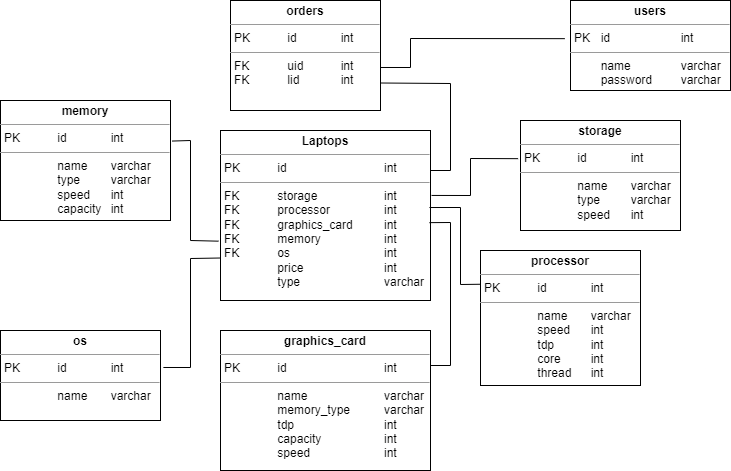
matyas-bohunka/ProgTech keeps this draw.io diagram as docs/img/adatbazis_modell.png. Above is the earlier version. Source tidied: cells renumbered, new cells last; positions are measured from the earlier drawing's top-left corner, leaving out a move shared by most shapes.
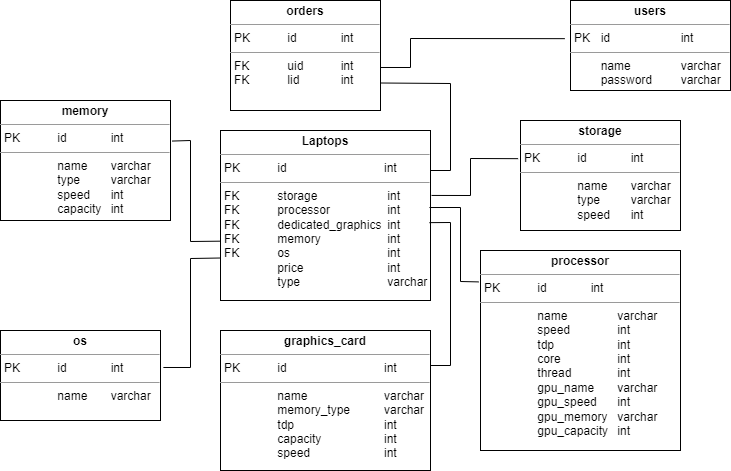
Later version of the same file.

Commit message:
Updated #8 of system req

Diff of the diagram source:
```diff
@@ -2,7 +2,7 @@
   <root>
     <mxCell id="0" />
     <mxCell id="1" parent="0" />
-    <mxCell id="2" value="&lt;p style=&quot;margin:0px;margin-top:4px;text-align:center;&quot;&gt;&lt;b&gt;Laptops&lt;/b&gt;&lt;/p&gt;&lt;hr size=&quot;1&quot;&gt;&lt;p style=&quot;margin:0px;margin-left:4px;&quot;&gt;PK&lt;span style=&quot;white-space: pre;&quot;&gt;&#9;&lt;/span&gt;&lt;span style=&quot;white-space: pre;&quot;&gt;&#9;&lt;/span&gt;id&lt;span style=&quot;white-space: pre;&quot;&gt;&#9;&lt;/span&gt;&lt;span style=&quot;white-space: pre;&quot;&gt;&#9;&lt;/span&gt;&lt;span style=&quot;white-space: pre;&quot;&gt;&#9;&lt;/span&gt;&lt;span style=&quot;white-space: pre;&quot;&gt;&#9;&lt;/span&gt;int&lt;/p&gt;&lt;hr size=&quot;1&quot;&gt;&lt;p style=&quot;margin:0px;margin-left:4px;&quot;&gt;FK&lt;span style=&quot;white-space: pre;&quot;&gt;&#9;&lt;/span&gt;&lt;span style=&quot;white-space: pre;&quot;&gt;&#9;&lt;/span&gt;storage&lt;span style=&quot;white-space: pre;&quot;&gt;&#9;&lt;/span&gt;&lt;span style=&quot;white-space: pre;&quot;&gt;&#9;&lt;/span&gt;&lt;span style=&quot;white-space: pre;&quot;&gt;&#9;&lt;/span&gt;int&lt;/p&gt;&lt;p style=&quot;margin:0px;margin-left:4px;&quot;&gt;FK&lt;span style=&quot;white-space: pre;&quot;&gt;&#9;&lt;/span&gt;&lt;span style=&quot;white-space: pre;&quot;&gt;&#9;&lt;/span&gt;processor&lt;span style=&quot;white-space: pre;&quot;&gt;&#9;&lt;/span&gt;&lt;span style=&quot;white-space: pre;&quot;&gt;&#9;&lt;/span&gt;int&lt;/p&gt;&lt;p style=&quot;margin:0px;margin-left:4px;&quot;&gt;FK&lt;span style=&quot;white-space: pre;&quot;&gt;&#9;&lt;/span&gt;&lt;span style=&quot;white-space: pre;&quot;&gt;&#9;&lt;/span&gt;graphics_card&lt;span style=&quot;white-space: pre;&quot;&gt;&#9;&lt;/span&gt;&lt;span style=&quot;white-space: pre;&quot;&gt;&#9;&lt;/span&gt;int&lt;/p&gt;&lt;p style=&quot;margin:0px;margin-left:4px;&quot;&gt;FK&lt;span style=&quot;white-space: pre;&quot;&gt;&#9;&lt;/span&gt;&lt;span style=&quot;white-space: pre;&quot;&gt;&#9;&lt;/span&gt;memory&lt;span style=&quot;white-space: pre;&quot;&gt;&#9;&lt;/span&gt;&lt;span style=&quot;white-space: pre;&quot;&gt;&#9;&lt;/span&gt;&lt;span style=&quot;white-space: pre;&quot;&gt;&#9;&lt;/span&gt;int&lt;/p&gt;&lt;p style=&quot;margin:0px;margin-left:4px;&quot;&gt;FK&lt;span style=&quot;white-space: pre;&quot;&gt;&#9;&lt;/span&gt;&lt;span style=&quot;white-space: pre;&quot;&gt;&#9;&lt;/span&gt;os&lt;span style=&quot;white-space: pre;&quot;&gt;&#9;&lt;/span&gt;&lt;span style=&quot;white-space: pre;&quot;&gt;&#9;&lt;/span&gt;&lt;span style=&quot;white-space: pre;&quot;&gt;&#9;&lt;/span&gt;&lt;span style=&quot;white-space: pre;&quot;&gt;&#9;&lt;/span&gt;int&lt;/p&gt;&lt;p style=&quot;margin:0px;margin-left:4px;&quot;&gt;&lt;span style=&quot;white-space: pre;&quot;&gt;&#9;&lt;/span&gt;&lt;span style=&quot;white-space: pre;&quot;&gt;&#9;&lt;/span&gt;price&lt;span style=&quot;white-space: pre;&quot;&gt;&#9;&lt;/span&gt;&lt;span style=&quot;white-space: pre;&quot;&gt;&#9;&lt;/span&gt;&lt;span style=&quot;white-space: pre;&quot;&gt;&#9;&lt;/span&gt;int&lt;br&gt;&lt;/p&gt;&lt;p style=&quot;margin:0px;margin-left:4px;&quot;&gt;&lt;span style=&quot;white-space: pre;&quot;&gt;&#9;&lt;/span&gt;&lt;span style=&quot;white-space: pre;&quot;&gt;&#9;&lt;/span&gt;type&lt;span style=&quot;background-color: initial; white-space: pre;&quot;&gt;&#9;&lt;span style=&quot;white-space: pre;&quot;&gt;&#9;&lt;/span&gt;&lt;span style=&quot;white-space: pre;&quot;&gt;&#9;&lt;/span&gt;&lt;span style=&quot;white-space: pre;&quot;&gt;&#9;&lt;/span&gt;v&lt;/span&gt;archar&lt;/p&gt;" style="verticalAlign=top;align=left;overflow=fill;fontSize=12;fontFamily=Helvetica;html=1;" parent="1" vertex="1">
+    <mxCell id="2" value="&lt;p style=&quot;margin:0px;margin-top:4px;text-align:center;&quot;&gt;&lt;b&gt;Laptops&lt;/b&gt;&lt;/p&gt;&lt;hr size=&quot;1&quot;&gt;&lt;p style=&quot;margin:0px;margin-left:4px;&quot;&gt;PK&lt;span style=&quot;white-space: pre;&quot;&gt;&#9;&lt;/span&gt;&lt;span style=&quot;white-space: pre;&quot;&gt;&#9;&lt;/span&gt;id&lt;span style=&quot;white-space: pre;&quot;&gt;&#9;&lt;/span&gt;&lt;span style=&quot;white-space: pre;&quot;&gt;&#9;&lt;/span&gt;&lt;span style=&quot;white-space: pre;&quot;&gt;&#9;&lt;/span&gt;&lt;span style=&quot;white-space: pre;&quot;&gt;&#9;&lt;/span&gt;int&lt;/p&gt;&lt;hr size=&quot;1&quot;&gt;&lt;p style=&quot;margin:0px;margin-left:4px;&quot;&gt;FK&lt;span style=&quot;white-space: pre;&quot;&gt;&#9;&lt;/span&gt;&lt;span style=&quot;white-space: pre;&quot;&gt;&#9;&lt;/span&gt;storage&lt;span style=&quot;white-space: pre;&quot;&gt;&#9;&lt;/span&gt;&lt;span style=&quot;white-space: pre;&quot;&gt;&#9;&lt;/span&gt;&lt;span style=&quot;white-space: pre;&quot;&gt;&#9;&lt;/span&gt;&amp;nbsp;int&lt;/p&gt;&lt;p style=&quot;margin:0px;margin-left:4px;&quot;&gt;FK&lt;span style=&quot;white-space: pre;&quot;&gt;&#9;&lt;/span&gt;&lt;span style=&quot;white-space: pre;&quot;&gt;&#9;&lt;/span&gt;processor&lt;span style=&quot;white-space: pre;&quot;&gt;&#9;&lt;/span&gt;&lt;span style=&quot;white-space: pre;&quot;&gt;&#9;&lt;/span&gt;&amp;nbsp;int&lt;/p&gt;&lt;p style=&quot;margin:0px;margin-left:4px;&quot;&gt;FK&lt;span style=&quot;white-space: pre;&quot;&gt;&#9;&lt;/span&gt;&lt;span style=&quot;white-space: pre;&quot;&gt;&#9;&lt;/span&gt;dedicated_graphics&lt;span style=&quot;background-color: initial; white-space: pre;&quot;&gt;&#9;&lt;/span&gt;&amp;nbsp;&lt;span style=&quot;background-color: initial;&quot;&gt;int&lt;/span&gt;&lt;/p&gt;&lt;p style=&quot;margin:0px;margin-left:4px;&quot;&gt;FK&lt;span style=&quot;white-space: pre;&quot;&gt;&#9;&lt;/span&gt;&lt;span style=&quot;white-space: pre;&quot;&gt;&#9;&lt;/span&gt;memory&lt;span style=&quot;white-space: pre;&quot;&gt;&#9;&lt;/span&gt;&lt;span style=&quot;white-space: pre;&quot;&gt;&#9;&lt;/span&gt;&lt;span style=&quot;white-space: pre;&quot;&gt;&#9;&lt;/span&gt;&amp;nbsp;int&lt;/p&gt;&lt;p style=&quot;margin:0px;margin-left:4px;&quot;&gt;FK&lt;span style=&quot;white-space: pre;&quot;&gt;&#9;&lt;/span&gt;&lt;span style=&quot;white-space: pre;&quot;&gt;&#9;&lt;/span&gt;os&lt;span style=&quot;white-space: pre;&quot;&gt;&#9;&lt;/span&gt;&lt;span style=&quot;white-space: pre;&quot;&gt;&#9;&lt;/span&gt;&lt;span style=&quot;white-space: pre;&quot;&gt;&#9;&lt;/span&gt;&lt;span style=&quot;white-space: pre;&quot;&gt;&#9;&lt;/span&gt;&amp;nbsp;int&lt;/p&gt;&lt;p style=&quot;margin:0px;margin-left:4px;&quot;&gt;&lt;span style=&quot;white-space: pre;&quot;&gt;&#9;&lt;/span&gt;&lt;span style=&quot;white-space: pre;&quot;&gt;&#9;&lt;/span&gt;price&lt;span style=&quot;white-space: pre;&quot;&gt;&#9;&lt;/span&gt;&lt;span style=&quot;white-space: pre;&quot;&gt;&#9;&lt;/span&gt;&lt;span style=&quot;white-space: pre;&quot;&gt;&#9;&lt;/span&gt;&amp;nbsp;int&lt;br&gt;&lt;/p&gt;&lt;p style=&quot;margin:0px;margin-left:4px;&quot;&gt;&lt;span style=&quot;white-space: pre;&quot;&gt;&#9;&lt;/span&gt;&lt;span style=&quot;white-space: pre;&quot;&gt;&#9;&lt;/span&gt;type&lt;span style=&quot;background-color: initial; white-space: pre;&quot;&gt;&#9;&lt;span style=&quot;white-space: pre;&quot;&gt;&#9;&lt;/span&gt;&lt;span style=&quot;white-space: pre;&quot;&gt;&#9;&lt;/span&gt;&lt;span style=&quot;white-space: pre;&quot;&gt;&#9;&lt;/span&gt; v&lt;/span&gt;archar&lt;/p&gt;" style="verticalAlign=top;align=left;overflow=fill;fontSize=12;fontFamily=Helvetica;html=1;" parent="1" vertex="1">
       <mxGeometry x="220" y="130" width="210" height="170" as="geometry" />
     </mxCell>
     <mxCell id="3" value="&lt;p style=&quot;margin:0px;margin-top:4px;text-align:center;&quot;&gt;&lt;b&gt;users&lt;/b&gt;&lt;/p&gt;&lt;hr size=&quot;1&quot;&gt;&lt;p style=&quot;margin:0px;margin-left:4px;&quot;&gt;PK&lt;span style=&quot;white-space: pre;&quot;&gt;&#9;&lt;/span&gt;id&lt;span style=&quot;white-space: pre;&quot;&gt;&#9;&lt;/span&gt;&lt;span style=&quot;white-space: pre;&quot;&gt;&#9;&lt;/span&gt;&lt;span style=&quot;white-space: pre;&quot;&gt;&#9;&lt;/span&gt;int&lt;/p&gt;&lt;hr size=&quot;1&quot;&gt;&lt;p style=&quot;margin:0px;margin-left:4px;&quot;&gt;&lt;span style=&quot;background-color: initial;&quot;&gt;&lt;span style=&quot;white-space: pre;&quot;&gt;&#9;&lt;/span&gt;name&lt;span style=&quot;white-space: pre;&quot;&gt;&#9;&lt;/span&gt;&lt;span style=&quot;white-space: pre;&quot;&gt;&#9;&lt;/span&gt;varchar&lt;/span&gt;&lt;/p&gt;&lt;p style=&quot;margin:0px;margin-left:4px;&quot;&gt;&lt;span style=&quot;white-space: pre;&quot;&gt;&#9;&lt;/span&gt;password&lt;span style=&quot;white-space: pre;&quot;&gt;&#9;&lt;/span&gt;&lt;span style=&quot;white-space: pre;&quot;&gt;&#9;&lt;/span&gt;varchar&lt;/p&gt;" style="verticalAlign=top;align=left;overflow=fill;fontSize=12;fontFamily=Helvetica;html=1;" parent="1" vertex="1">
@@ -31,8 +31,8 @@
     <mxCell id="7" value="&lt;p style=&quot;margin:0px;margin-top:4px;text-align:center;&quot;&gt;&lt;b&gt;storage&lt;/b&gt;&lt;/p&gt;&lt;hr size=&quot;1&quot;&gt;&lt;p style=&quot;margin:0px;margin-left:4px;&quot;&gt;PK&lt;span style=&quot;white-space: pre;&quot;&gt;&#9;&lt;/span&gt;&lt;span style=&quot;white-space: pre;&quot;&gt;&#9;&lt;/span&gt;id&lt;span style=&quot;white-space: pre;&quot;&gt;&#9;&lt;span style=&quot;white-space: pre;&quot;&gt;&#9;&lt;/span&gt;i&lt;/span&gt;nt&lt;/p&gt;&lt;hr size=&quot;1&quot;&gt;&lt;p style=&quot;margin:0px;margin-left:4px;&quot;&gt;&lt;span style=&quot;background-color: initial;&quot;&gt;&lt;span style=&quot;white-space: pre;&quot;&gt;&#9;&lt;/span&gt;&lt;span style=&quot;white-space: pre;&quot;&gt;&#9;&lt;/span&gt;name&lt;span style=&quot;white-space: pre;&quot;&gt;&#9;&lt;/span&gt;varchar&lt;/span&gt;&lt;/p&gt;&lt;p style=&quot;margin:0px;margin-left:4px;&quot;&gt;&lt;span style=&quot;background-color: initial;&quot;&gt;&lt;span style=&quot;white-space: pre;&quot;&gt;&#9;&lt;/span&gt;&lt;span style=&quot;white-space: pre;&quot;&gt;&#9;&lt;/span&gt;type&lt;span style=&quot;white-space: pre;&quot;&gt;&#9;&lt;/span&gt;&lt;span style=&quot;white-space: pre;&quot;&gt;&#9;&lt;/span&gt;varchar&lt;br&gt;&lt;/span&gt;&lt;/p&gt;&lt;p style=&quot;margin:0px;margin-left:4px;&quot;&gt;&lt;span style=&quot;white-space: pre;&quot;&gt;&#9;&lt;/span&gt;&lt;span style=&quot;white-space: pre;&quot;&gt;&#9;&lt;/span&gt;speed&lt;span style=&quot;white-space: pre;&quot;&gt;&#9;&lt;/span&gt;int&lt;/p&gt;" style="verticalAlign=top;align=left;overflow=fill;fontSize=12;fontFamily=Helvetica;html=1;" parent="1" vertex="1">
       <mxGeometry x="520" y="120" width="160" height="110" as="geometry" />
     </mxCell>
-    <mxCell id="8" value="&lt;p style=&quot;margin:0px;margin-top:4px;text-align:center;&quot;&gt;&lt;b&gt;processor&lt;/b&gt;&lt;/p&gt;&lt;hr size=&quot;1&quot;&gt;&lt;p style=&quot;margin:0px;margin-left:4px;&quot;&gt;PK&lt;span style=&quot;white-space: pre;&quot;&gt;&#9;&lt;/span&gt;&lt;span style=&quot;white-space: pre;&quot;&gt;&#9;&lt;/span&gt;id&lt;span style=&quot;white-space: pre;&quot;&gt;&#9;&lt;/span&gt;&lt;span style=&quot;white-space: pre;&quot;&gt;&#9;&lt;/span&gt;int&lt;/p&gt;&lt;hr size=&quot;1&quot;&gt;&lt;p style=&quot;margin:0px;margin-left:4px;&quot;&gt;&lt;span style=&quot;background-color: initial;&quot;&gt;&lt;span style=&quot;white-space: pre;&quot;&gt;&#9;&lt;/span&gt;&lt;span style=&quot;white-space: pre;&quot;&gt;&#9;&lt;/span&gt;name&lt;span style=&quot;white-space: pre;&quot;&gt;&#9;&lt;/span&gt;varchar&lt;/span&gt;&lt;/p&gt;&lt;p style=&quot;margin:0px;margin-left:4px;&quot;&gt;&lt;span style=&quot;white-space: pre;&quot;&gt;&#9;&lt;/span&gt;&lt;span style=&quot;white-space: pre;&quot;&gt;&#9;&lt;/span&gt;speed&lt;span style=&quot;white-space: pre;&quot;&gt;&#9;&lt;/span&gt;int&lt;/p&gt;&lt;p style=&quot;margin:0px;margin-left:4px;&quot;&gt;&lt;span style=&quot;white-space: pre;&quot;&gt;&#9;&lt;/span&gt;&lt;span style=&quot;white-space: pre;&quot;&gt;&#9;&lt;/span&gt;tdp&lt;span style=&quot;white-space: pre;&quot;&gt;&#9;&lt;/span&gt;&lt;span style=&quot;white-space: pre;&quot;&gt;&#9;&lt;/span&gt;int&lt;br&gt;&lt;/p&gt;&lt;p style=&quot;margin:0px;margin-left:4px;&quot;&gt;&lt;span style=&quot;white-space: pre;&quot;&gt;&#9;&lt;/span&gt;&lt;span style=&quot;white-space: pre;&quot;&gt;&#9;&lt;/span&gt;core&lt;span style=&quot;white-space: pre;&quot;&gt;&#9;&lt;/span&gt;&lt;span style=&quot;white-space: pre;&quot;&gt;&#9;&lt;/span&gt;int&lt;br&gt;&lt;/p&gt;&lt;p style=&quot;margin:0px;margin-left:4px;&quot;&gt;&lt;span style=&quot;white-space: pre;&quot;&gt;&#9;&lt;/span&gt;&lt;span style=&quot;white-space: pre;&quot;&gt;&#9;&lt;/span&gt;thread&lt;span style=&quot;white-space: pre;&quot;&gt;&#9;&lt;/span&gt;int&lt;br&gt;&lt;/p&gt;" style="verticalAlign=top;align=left;overflow=fill;fontSize=12;fontFamily=Helvetica;html=1;" parent="1" vertex="1">
-      <mxGeometry x="480" y="250" width="160" height="135" as="geometry" />
+    <mxCell id="8" value="&lt;p style=&quot;margin:0px;margin-top:4px;text-align:center;&quot;&gt;&lt;b&gt;processor&lt;/b&gt;&lt;/p&gt;&lt;hr size=&quot;1&quot;&gt;&lt;p style=&quot;margin:0px;margin-left:4px;&quot;&gt;PK&lt;span style=&quot;white-space: pre;&quot;&gt;&#9;&lt;/span&gt;&lt;span style=&quot;white-space: pre;&quot;&gt;&#9;&lt;/span&gt;id&lt;span style=&quot;white-space: pre;&quot;&gt;&#9;&lt;/span&gt;&lt;span style=&quot;white-space: pre;&quot;&gt;&#9;&lt;/span&gt;int&lt;/p&gt;&lt;hr size=&quot;1&quot;&gt;&lt;p style=&quot;margin:0px;margin-left:4px;&quot;&gt;&lt;span style=&quot;background-color: initial;&quot;&gt;&lt;span style=&quot;white-space: pre;&quot;&gt;&#9;&lt;/span&gt;&lt;span style=&quot;white-space: pre;&quot;&gt;&#9;&lt;/span&gt;name&lt;span style=&quot;white-space: pre;&quot;&gt;&#9;&lt;span style=&quot;white-space: pre;&quot;&gt;&#9;&lt;/span&gt;&lt;/span&gt;varchar&lt;/span&gt;&lt;/p&gt;&lt;p style=&quot;margin:0px;margin-left:4px;&quot;&gt;&lt;span style=&quot;white-space: pre;&quot;&gt;&#9;&lt;/span&gt;&lt;span style=&quot;white-space: pre;&quot;&gt;&#9;&lt;/span&gt;speed&lt;span style=&quot;white-space: pre;&quot;&gt;&#9;&lt;span style=&quot;white-space: pre;&quot;&gt;&#9;&lt;/span&gt;&lt;/span&gt;int&lt;/p&gt;&lt;p style=&quot;margin:0px;margin-left:4px;&quot;&gt;&lt;span style=&quot;white-space: pre;&quot;&gt;&#9;&lt;/span&gt;&lt;span style=&quot;white-space: pre;&quot;&gt;&#9;&lt;/span&gt;tdp&lt;span style=&quot;white-space: pre;&quot;&gt;&#9;&lt;/span&gt;&lt;span style=&quot;white-space: pre;&quot;&gt;&#9;&lt;span style=&quot;white-space: pre;&quot;&gt;&#9;&lt;/span&gt;&lt;/span&gt;int&lt;br&gt;&lt;/p&gt;&lt;p style=&quot;margin:0px;margin-left:4px;&quot;&gt;&lt;span style=&quot;white-space: pre;&quot;&gt;&#9;&lt;/span&gt;&lt;span style=&quot;white-space: pre;&quot;&gt;&#9;&lt;/span&gt;core&lt;span style=&quot;white-space: pre;&quot;&gt;&#9;&lt;/span&gt;&lt;span style=&quot;white-space: pre;&quot;&gt;&#9;&lt;span style=&quot;white-space: pre;&quot;&gt;&#9;&lt;/span&gt;&lt;/span&gt;int&lt;br&gt;&lt;/p&gt;&lt;p style=&quot;margin:0px;margin-left:4px;&quot;&gt;&lt;span style=&quot;white-space: pre;&quot;&gt;&#9;&lt;/span&gt;&lt;span style=&quot;white-space: pre;&quot;&gt;&#9;&lt;/span&gt;thread&lt;span style=&quot;white-space: pre;&quot;&gt;&#9;&lt;span style=&quot;white-space: pre;&quot;&gt;&#9;&lt;/span&gt;&lt;/span&gt;int&lt;br&gt;&lt;/p&gt;&lt;p style=&quot;margin:0px;margin-left:4px;&quot;&gt;&lt;span style=&quot;white-space: pre;&quot;&gt;&#9;&lt;/span&gt;&lt;span style=&quot;white-space: pre;&quot;&gt;&#9;&lt;/span&gt;gpu_name&lt;span style=&quot;white-space: pre;&quot;&gt;&#9;&lt;/span&gt;varchar&lt;br&gt;&lt;/p&gt;&lt;p style=&quot;margin:0px;margin-left:4px;&quot;&gt;&lt;span style=&quot;white-space: pre;&quot;&gt;&#9;&lt;/span&gt;&lt;span style=&quot;white-space: pre;&quot;&gt;&#9;&lt;/span&gt;gpu_speed&lt;span style=&quot;white-space: pre;&quot;&gt;&#9;&lt;/span&gt;int&lt;br&gt;&lt;/p&gt;&lt;p style=&quot;margin:0px;margin-left:4px;&quot;&gt;&lt;span style=&quot;white-space: pre;&quot;&gt;&#9;&lt;/span&gt;&lt;span style=&quot;white-space: pre;&quot;&gt;&#9;&lt;/span&gt;gpu_memory&lt;span style=&quot;white-space: pre;&quot;&gt;&#9;&lt;/span&gt;varchar&lt;br&gt;&lt;/p&gt;&lt;p style=&quot;margin:0px;margin-left:4px;&quot;&gt;&lt;span style=&quot;white-space: pre;&quot;&gt;&#9;&lt;/span&gt;&lt;span style=&quot;white-space: pre;&quot;&gt;&#9;&lt;/span&gt;gpu_capacity&lt;span style=&quot;white-space: pre;&quot;&gt;&#9;&lt;/span&gt;int&lt;br&gt;&lt;/p&gt;" style="verticalAlign=top;align=left;overflow=fill;fontSize=12;fontFamily=Helvetica;html=1;" parent="1" vertex="1">
+      <mxGeometry x="480" y="250" width="200" height="200" as="geometry" />
     </mxCell>
     <mxCell id="9" value="&lt;p style=&quot;margin:0px;margin-top:4px;text-align:center;&quot;&gt;&lt;b&gt;graphics_card&lt;/b&gt;&lt;/p&gt;&lt;hr size=&quot;1&quot;&gt;&lt;p style=&quot;margin:0px;margin-left:4px;&quot;&gt;PK&lt;span style=&quot;white-space: pre;&quot;&gt;&#9;&lt;/span&gt;&lt;span style=&quot;white-space: pre;&quot;&gt;&#9;&lt;/span&gt;id&lt;span style=&quot;white-space: pre;&quot;&gt;&#9;&lt;/span&gt;&lt;span style=&quot;white-space: pre;&quot;&gt;&#9;&lt;/span&gt;&lt;span style=&quot;white-space: pre;&quot;&gt;&#9;&lt;/span&gt;&lt;span style=&quot;white-space: pre;&quot;&gt;&#9;&lt;/span&gt;int&lt;/p&gt;&lt;hr size=&quot;1&quot;&gt;&lt;p style=&quot;margin:0px;margin-left:4px;&quot;&gt;&lt;span style=&quot;background-color: initial;&quot;&gt;&lt;span style=&quot;white-space: pre;&quot;&gt;&#9;&lt;/span&gt;&lt;span style=&quot;white-space: pre;&quot;&gt;&#9;&lt;/span&gt;name&lt;span style=&quot;white-space: pre;&quot;&gt;&#9;&lt;/span&gt;&lt;span style=&quot;white-space: pre;&quot;&gt;&#9;&lt;span style=&quot;white-space: pre;&quot;&gt;&#9;&lt;/span&gt;&lt;/span&gt;varchar&lt;/span&gt;&lt;/p&gt;&lt;p style=&quot;margin:0px;margin-left:4px;&quot;&gt;&lt;span style=&quot;white-space: pre;&quot;&gt;&#9;&lt;/span&gt;&lt;span style=&quot;white-space: pre;&quot;&gt;&#9;&lt;/span&gt;memory_type&lt;span style=&quot;white-space: pre;&quot;&gt;&#9;&lt;/span&gt;&lt;span style=&quot;white-space: pre;&quot;&gt;&#9;&lt;/span&gt;varchar&lt;/p&gt;&lt;p style=&quot;margin:0px;margin-left:4px;&quot;&gt;&lt;span style=&quot;white-space: pre;&quot;&gt;&#9;&lt;/span&gt;&lt;span style=&quot;white-space: pre;&quot;&gt;&#9;&lt;/span&gt;tdp&lt;span style=&quot;white-space: pre;&quot;&gt;&#9;&lt;/span&gt;&lt;span style=&quot;white-space: pre;&quot;&gt;&#9;&lt;/span&gt;&lt;span style=&quot;white-space: pre;&quot;&gt;&#9;&lt;/span&gt;&lt;span style=&quot;white-space: pre;&quot;&gt;&#9;&lt;/span&gt;int&lt;br&gt;&lt;/p&gt;&lt;p style=&quot;margin:0px;margin-left:4px;&quot;&gt;&lt;span style=&quot;white-space: pre;&quot;&gt;&#9;&lt;/span&gt;&lt;span style=&quot;white-space: pre;&quot;&gt;&#9;&lt;/span&gt;capacity&lt;span style=&quot;white-space: pre;&quot;&gt;&#9;&lt;/span&gt;&lt;span style=&quot;white-space: pre;&quot;&gt;&#9;&lt;/span&gt;&lt;span style=&quot;white-space: pre;&quot;&gt;&#9;&lt;/span&gt;int&lt;br&gt;&lt;/p&gt;&lt;p style=&quot;margin:0px;margin-left:4px;&quot;&gt;&lt;span style=&quot;white-space: pre;&quot;&gt;&#9;&lt;/span&gt;&lt;span style=&quot;white-space: pre;&quot;&gt;&#9;&lt;/span&gt;speed&lt;span style=&quot;white-space: pre;&quot;&gt;&#9;&lt;/span&gt;&lt;span style=&quot;white-space: pre;&quot;&gt;&#9;&lt;/span&gt;&lt;span style=&quot;white-space: pre;&quot;&gt;&#9;&lt;/span&gt;int&lt;br&gt;&lt;/p&gt;" style="verticalAlign=top;align=left;overflow=fill;fontSize=12;fontFamily=Helvetica;html=1;" parent="1" vertex="1">
       <mxGeometry x="220" y="330" width="210" height="140" as="geometry" />
@@ -51,11 +51,11 @@
         </Array>
       </mxGeometry>
     </mxCell>
-    <mxCell id="13" style="endArrow=none;html=1;rounded=0;elbow=vertical;entryX=0;entryY=0.25;entryDx=0;entryDy=0;exitX=0.995;exitY=0.453;exitDx=0;exitDy=0;exitPerimeter=0;" parent="1" edge="1" source="2" target="8">
+    <mxCell id="13" style="endArrow=none;html=1;rounded=0;elbow=vertical;entryX=-0.01;entryY=0.157;entryDx=0;entryDy=0;exitX=0.995;exitY=0.453;exitDx=0;exitDy=0;exitPerimeter=0;entryPerimeter=0;" parent="1" edge="1" source="2" target="8">
       <mxGeometry relative="1" as="geometry">
         <Array as="points">
           <mxPoint x="460" y="207" />
-          <mxPoint x="460" y="284" />
+          <mxPoint x="460" y="281" />
         </Array>
       </mxGeometry>
     </mxCell>
@@ -67,10 +67,10 @@
         </Array>
       </mxGeometry>
     </mxCell>
-    <mxCell id="15" style="endArrow=none;html=1;rounded=0;elbow=vertical;entryX=1.01;entryY=0.338;entryDx=0;entryDy=0;entryPerimeter=0;exitX=-0.01;exitY=0.651;exitDx=0;exitDy=0;exitPerimeter=0;" parent="1" edge="1" source="2" target="10">
+    <mxCell id="15" style="endArrow=none;html=1;rounded=0;elbow=vertical;entryX=1.01;entryY=0.338;entryDx=0;entryDy=0;entryPerimeter=0;exitX=0;exitY=0.651;exitDx=0;exitDy=0;exitPerimeter=0;" parent="1" edge="1" source="2" target="10">
       <mxGeometry relative="1" as="geometry">
         <Array as="points">
-          <mxPoint x="190" y="240" />
+          <mxPoint x="190" y="241" />
           <mxPoint x="190" y="140" />
         </Array>
       </mxGeometry>
```
